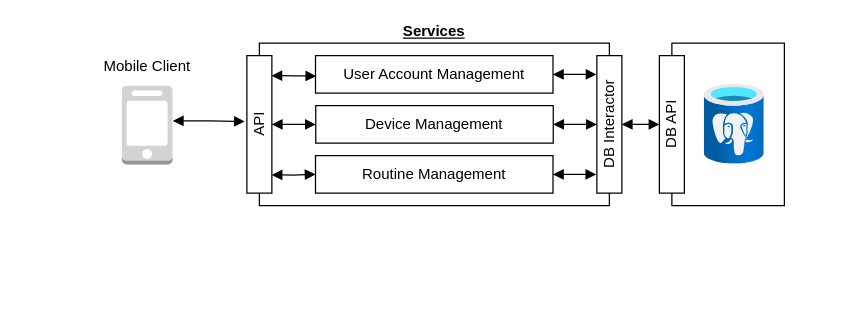
LindsayMichelleAllen/SmartRoutine keeps this draw.io diagram as documentation/Diagrams/SaasDiagram.drawio. Above is the earlier version. Source tidied: cells renumbered, new cells numbered last; positions are measured from the earlier drawing's top-left corner, leaving out a move shared by most shapes. Both pictures are drawn from the tidied source at 125%, with x=0, y=0 at pixel (96, 42).
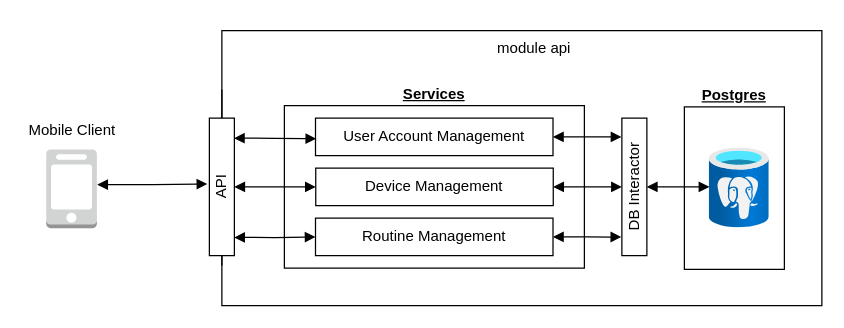
After the change.

Diff of the diagram source:
```diff
@@
-    <mxCell id="2" style="rounded=0;whiteSpace=wrap;html=1;align=center;verticalAlign=top;" parent="1" vertex="1">
-      <mxGeometry x="460" width="90" height="130" as="geometry" />
-    </mxCell>
+    <mxCell id="21" value="module api" style="shape=module;align=left;spacingLeft=20;align=center;verticalAlign=top;jettyWidth=0;jettyHeight=47;" parent="1" vertex="1">
+      <mxGeometry x="100" y="-10" width="480" height="220" as="geometry" />
+    </mxCell>
+    <mxCell id="22" value="&lt;u&gt;&lt;b&gt;Postgres&lt;/b&gt;&lt;/u&gt;" style="rounded=0;whiteSpace=wrap;html=1;align=center;labelPosition=center;verticalLabelPosition=top;verticalAlign=bottom;" parent="1" vertex="1">
+      <mxGeometry x="470" y="51" width="80" height="130" as="geometry" />
+    </mxCell>
     <mxCell id="3" value="&lt;div align=&quot;center&quot;&gt;&lt;u&gt;&lt;b&gt;Services&lt;/b&gt;&lt;/u&gt;&lt;/div&gt;" style="rounded=0;whiteSpace=wrap;html=1;align=center;labelPosition=center;verticalLabelPosition=top;verticalAlign=bottom;" parent="1" vertex="1">
-      <mxGeometry x="130" width="280" height="130" as="geometry" />
+      <mxGeometry x="150" y="50" width="240" height="130" as="geometry" />
     </mxCell>
     <mxCell id="4" value="API" style="rounded=0;whiteSpace=wrap;html=1;horizontal=0;" parent="1" vertex="1">
-      <mxGeometry x="120" y="10" width="20" height="110" as="geometry" />
+      <mxGeometry x="90" y="60" width="20" height="110" as="geometry" />
     </mxCell>
     <mxCell id="5" style="html=1;points=[];align=center;image;fontSize=12;image=img/lib/azure2/databases/Azure_Database_PostgreSQL_Server.svg;" parent="1" vertex="1">
-      <mxGeometry x="486" y="33" width="48" height="64" as="geometry" />
+      <mxGeometry x="490" y="84" width="48" height="64" as="geometry" />
     </mxCell>
     <mxCell id="6" style="outlineConnect=0;dashed=0;verticalLabelPosition=bottom;verticalAlign=top;align=center;html=1;shape=mxgraph.aws3.mobile_client;fillColor=#D2D3D3;gradientColor=none;" parent="1" vertex="1">
-      <mxGeometry x="20" y="34" width="40.5" height="63" as="geometry" />
+      <mxGeometry x="-40.5" y="85" width="40.5" height="63" as="geometry" />
     </mxCell>
     <mxCell id="7" value="&lt;div&gt;Mobile Client&lt;/div&gt;" style="text;html=1;align=center;verticalAlign=middle;fillColor=none;strokeColor=none;rounded=0;" parent="1" vertex="1">
-      <mxGeometry y="9" width="80" height="20" as="geometry" />
+      <mxGeometry x="-60.2" y="60" width="80" height="20" as="geometry" />
     </mxCell>
     <mxCell id="8" value="&lt;div align=&quot;center&quot;&gt;User Account Management&lt;br&gt;&lt;/div&gt;" style="rounded=0;whiteSpace=wrap;html=1;align=center;" parent="1" vertex="1">
-      <mxGeometry x="174.9" y="10" width="190" height="30" as="geometry" />
+      <mxGeometry x="174.9" y="60" width="190" height="30" as="geometry" />
     </mxCell>
     <mxCell id="9" value="&lt;div align=&quot;center&quot;&gt;Device Management&lt;br&gt;&lt;/div&gt;" style="rounded=0;whiteSpace=wrap;html=1;align=center;" parent="1" vertex="1">
-      <mxGeometry x="175.1" y="50" width="190" height="30" as="geometry" />
+      <mxGeometry x="175.1" y="100" width="190" height="30" as="geometry" />
     </mxCell>
     <mxCell id="10" value="&lt;div align=&quot;center&quot;&gt;Routine Management&lt;br&gt;&lt;/div&gt;" style="rounded=0;whiteSpace=wrap;html=1;align=center;" parent="1" vertex="1">
-      <mxGeometry x="174.9" y="90" width="190" height="30" as="geometry" />
+      <mxGeometry x="174.9" y="140" width="190" height="30" as="geometry" />
     </mxCell>
@@
-    <mxCell id="15" value="DB API" style="rounded=0;whiteSpace=wrap;html=1;horizontal=0;" parent="1" vertex="1">
-      <mxGeometry x="450" y="10" width="20" height="110" as="geometry" />
-    </mxCell>
     <mxCell id="16" value="DB Interactor" style="rounded=0;whiteSpace=wrap;html=1;horizontal=0;" parent="1" vertex="1">
-      <mxGeometry x="400" y="10" width="20" height="110" as="geometry" />
+      <mxGeometry x="420" y="60" width="20" height="110" as="geometry" />
     </mxCell>
@@
-    <mxCell id="20" style="endArrow=block;startArrow=block;endFill=1;startFill=1;html=1;rounded=0;edgeStyle=orthogonalEdgeStyle;exitX=1;exitY=0.5;exitDx=0;exitDy=0;entryX=0;entryY=0.5;entryDx=0;entryDy=0;" parent="1" edge="1" source="16" target="15">
+    <mxCell id="20" style="endArrow=block;startArrow=block;endFill=1;startFill=1;html=1;rounded=0;edgeStyle=orthogonalEdgeStyle;exitX=1;exitY=0.5;exitDx=0;exitDy=0;entryX=0;entryY=0.484;entryDx=0;entryDy=0;entryPerimeter=0;" parent="1" edge="1" source="16" target="5">
       <mxGeometry relative="1" as="geometry" />
     </mxCell>
```
